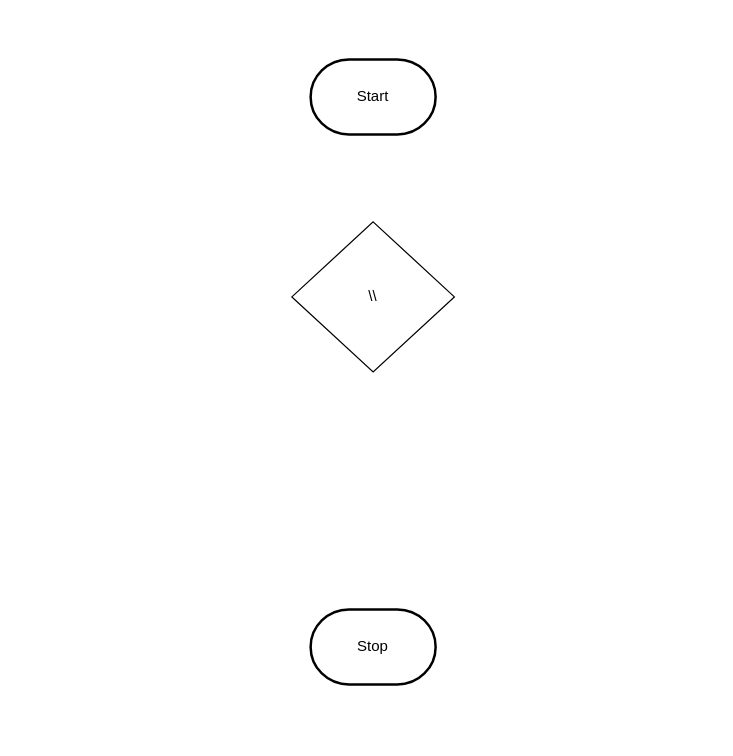
The draw.io diagram design/flow-chart.drawio in Liya-Getachew/ICS2O-Unit6-02-cookie-clicker, before the edit. Source tidied: cells renumbered, new cells numbered last; positions are measured from the earlier drawing's top-left corner, leaving out a move shared by most shapes. Both pictures are drawn from the tidied source at 125%, with x=0, y=0 at pixel (291, 59).
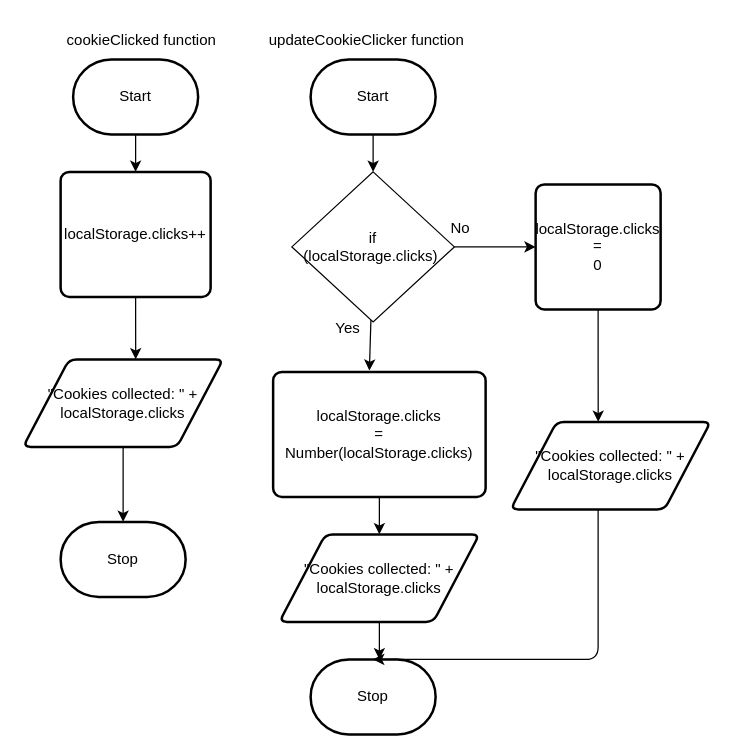
After the change.

Commit message (it also covers changes not shown here):
board and chart

Unchanged cells that the change refers to:
```xml
<mxCell id="2" value="Start" style="strokeWidth=2;html=1;shape=mxgraph.flowchart.terminator;whiteSpace=wrap;" parent="1" vertex="1">
  <mxGeometry x="15" width="100" height="60" as="geometry" />
</mxCell>
```

What changed in the source:
```diff
@@
+    <mxCell id="5" style="edgeStyle=none;html=1;entryX=0.5;entryY=0;entryDx=0;entryDy=0;" parent="1" edge="1" source="2" target="4">
+      <mxGeometry relative="1" as="geometry" />
+    </mxCell>
@@
     <mxCell id="3" value="Stop" style="strokeWidth=2;html=1;shape=mxgraph.flowchart.terminator;whiteSpace=wrap;" parent="1" vertex="1">
-      <mxGeometry x="15" y="440" width="100" height="60" as="geometry" />
+      <mxGeometry x="15" y="480" width="100" height="60" as="geometry" />
     </mxCell>
+    <mxCell id="6" style="edgeStyle=none;html=1;entryX=0.453;entryY=-0.01;entryDx=0;entryDy=0;entryPerimeter=0;" parent="1" edge="1" source="4" target="9">
+      <mxGeometry relative="1" as="geometry" />
+    </mxCell>
+    <mxCell id="7" style="edgeStyle=none;html=1;entryX=0;entryY=0.5;entryDx=0;entryDy=0;" parent="1" edge="1" source="4" target="11">
+      <mxGeometry relative="1" as="geometry" />
+    </mxCell>
-    <mxCell id="4" value="\\" style="rhombus;whiteSpace=wrap;html=1;" parent="1" vertex="1">
-      <mxGeometry y="130" width="130" height="120" as="geometry" />
+    <mxCell id="4" value="if&lt;br&gt;(localStorage.clicks)&amp;nbsp;" style="rhombus;whiteSpace=wrap;html=1;" parent="1" vertex="1">
+      <mxGeometry y="90" width="130" height="120" as="geometry" />
     </mxCell>
+    <mxCell id="8" style="edgeStyle=orthogonalEdgeStyle;html=1;entryX=0.5;entryY=0;entryDx=0;entryDy=0;" parent="1" edge="1" source="9" target="26">
+      <mxGeometry relative="1" as="geometry" />
+    </mxCell>
+    <mxCell id="9" value="localStorage.clicks&lt;br&gt;=&lt;br&gt;Number(localStorage.clicks)" style="rounded=1;whiteSpace=wrap;html=1;absoluteArcSize=1;arcSize=14;strokeWidth=2;" parent="1" vertex="1">
+      <mxGeometry x="-15" y="250" width="170" height="100" as="geometry" />
+    </mxCell>
+    <mxCell id="10" style="edgeStyle=orthogonalEdgeStyle;html=1;entryX=0.438;entryY=0;entryDx=0;entryDy=0;entryPerimeter=0;" parent="1" edge="1" source="11" target="19">
+      <mxGeometry relative="1" as="geometry" />
+    </mxCell>
+    <mxCell id="11" value="localStorage.clicks&lt;br&gt;=&lt;br&gt;0" style="rounded=1;whiteSpace=wrap;html=1;absoluteArcSize=1;arcSize=14;strokeWidth=2;" parent="1" vertex="1">
+      <mxGeometry x="195" y="100" width="100" height="100" as="geometry" />
+    </mxCell>
+    <mxCell id="12" value="Yes" style="text;html=1;strokeColor=none;fillColor=none;align=center;verticalAlign=middle;whiteSpace=wrap;rounded=0;" parent="1" vertex="1">
+      <mxGeometry x="15" y="200" width="60" height="30" as="geometry" />
+    </mxCell>
+    <mxCell id="13" value="No" style="text;html=1;strokeColor=none;fillColor=none;align=center;verticalAlign=middle;whiteSpace=wrap;rounded=0;" parent="1" vertex="1">
+      <mxGeometry x="105" y="120" width="60" height="30" as="geometry" />
+    </mxCell>
+    <mxCell id="14" style="edgeStyle=orthogonalEdgeStyle;html=1;entryX=0.563;entryY=0;entryDx=0;entryDy=0;entryPerimeter=0;" parent="1" edge="1" source="15" target="17">
+      <mxGeometry relative="1" as="geometry" />
+    </mxCell>
+    <mxCell id="15" value="localStorage.clicks++" style="rounded=1;whiteSpace=wrap;html=1;absoluteArcSize=1;arcSize=14;strokeWidth=2;" parent="1" vertex="1">
+      <mxGeometry x="-185" y="90" width="120" height="100" as="geometry" />
+    </mxCell>
+    <mxCell id="16" style="edgeStyle=orthogonalEdgeStyle;html=1;entryX=0.5;entryY=0;entryDx=0;entryDy=0;entryPerimeter=0;" parent="1" edge="1" source="17" target="22">
+      <mxGeometry relative="1" as="geometry">
+        <Array as="points">
+          <mxPoint x="-135" y="340" />
+          <mxPoint x="-135" y="340" />
+        </Array>
+      </mxGeometry>
+    </mxCell>
+    <mxCell id="17" value="&quot;Cookies collected: &quot; +&lt;br&gt;localStorage.clicks" style="shape=parallelogram;html=1;strokeWidth=2;perimeter=parallelogramPerimeter;whiteSpace=wrap;rounded=1;arcSize=12;size=0.23;" parent="1" vertex="1">
+      <mxGeometry x="-215" y="240" width="160" height="70" as="geometry" />
+    </mxCell>
+    <mxCell id="18" style="html=1;entryX=0.5;entryY=0;entryDx=0;entryDy=0;entryPerimeter=0;edgeStyle=orthogonalEdgeStyle;" parent="1" edge="1" source="19" target="3">
+      <mxGeometry relative="1" as="geometry">
+        <Array as="points">
+          <mxPoint x="245" y="480" />
+        </Array>
+      </mxGeometry>
+    </mxCell>
+    <mxCell id="19" value="&quot;Cookies collected: &quot; +&lt;br&gt;localStorage.clicks" style="shape=parallelogram;html=1;strokeWidth=2;perimeter=parallelogramPerimeter;whiteSpace=wrap;rounded=1;arcSize=12;size=0.23;" parent="1" vertex="1">
+      <mxGeometry x="175" y="290" width="160" height="70" as="geometry" />
+    </mxCell>
+    <mxCell id="20" style="edgeStyle=orthogonalEdgeStyle;html=1;entryX=0.5;entryY=0;entryDx=0;entryDy=0;" parent="1" edge="1" source="21" target="15">
+      <mxGeometry relative="1" as="geometry" />
+    </mxCell>
+    <mxCell id="21" value="Start" style="strokeWidth=2;html=1;shape=mxgraph.flowchart.terminator;whiteSpace=wrap;" parent="1" vertex="1">
+      <mxGeometry x="-175" width="100" height="60" as="geometry" />
+    </mxCell>
+    <mxCell id="22" value="Stop" style="strokeWidth=2;html=1;shape=mxgraph.flowchart.terminator;whiteSpace=wrap;" parent="1" vertex="1">
+      <mxGeometry x="-185" y="370" width="100" height="60" as="geometry" />
+    </mxCell>
+    <mxCell id="23" value="cookieClicked function" style="text;html=1;strokeColor=none;fillColor=none;align=center;verticalAlign=middle;whiteSpace=wrap;rounded=0;" parent="1" vertex="1">
+      <mxGeometry x="-195" y="-30" width="150" height="30" as="geometry" />
+    </mxCell>
+    <mxCell id="24" value="updateCookieClicker function" style="text;html=1;strokeColor=none;fillColor=none;align=center;verticalAlign=middle;whiteSpace=wrap;rounded=0;" parent="1" vertex="1">
+      <mxGeometry x="-20" y="-30" width="160" height="30" as="geometry" />
+    </mxCell>
+    <mxCell id="25" style="edgeStyle=orthogonalEdgeStyle;html=1;" parent="1" edge="1" source="26">
+      <mxGeometry relative="1" as="geometry">
+        <mxPoint x="70" y="480" as="targetPoint" />
+      </mxGeometry>
+    </mxCell>
+    <mxCell id="26" value="&quot;Cookies collected: &quot; +&lt;br&gt;localStorage.clicks" style="shape=parallelogram;html=1;strokeWidth=2;perimeter=parallelogramPerimeter;whiteSpace=wrap;rounded=1;arcSize=12;size=0.23;" parent="1" vertex="1">
+      <mxGeometry x="-10" y="380" width="160" height="70" as="geometry" />
+    </mxCell>
```
